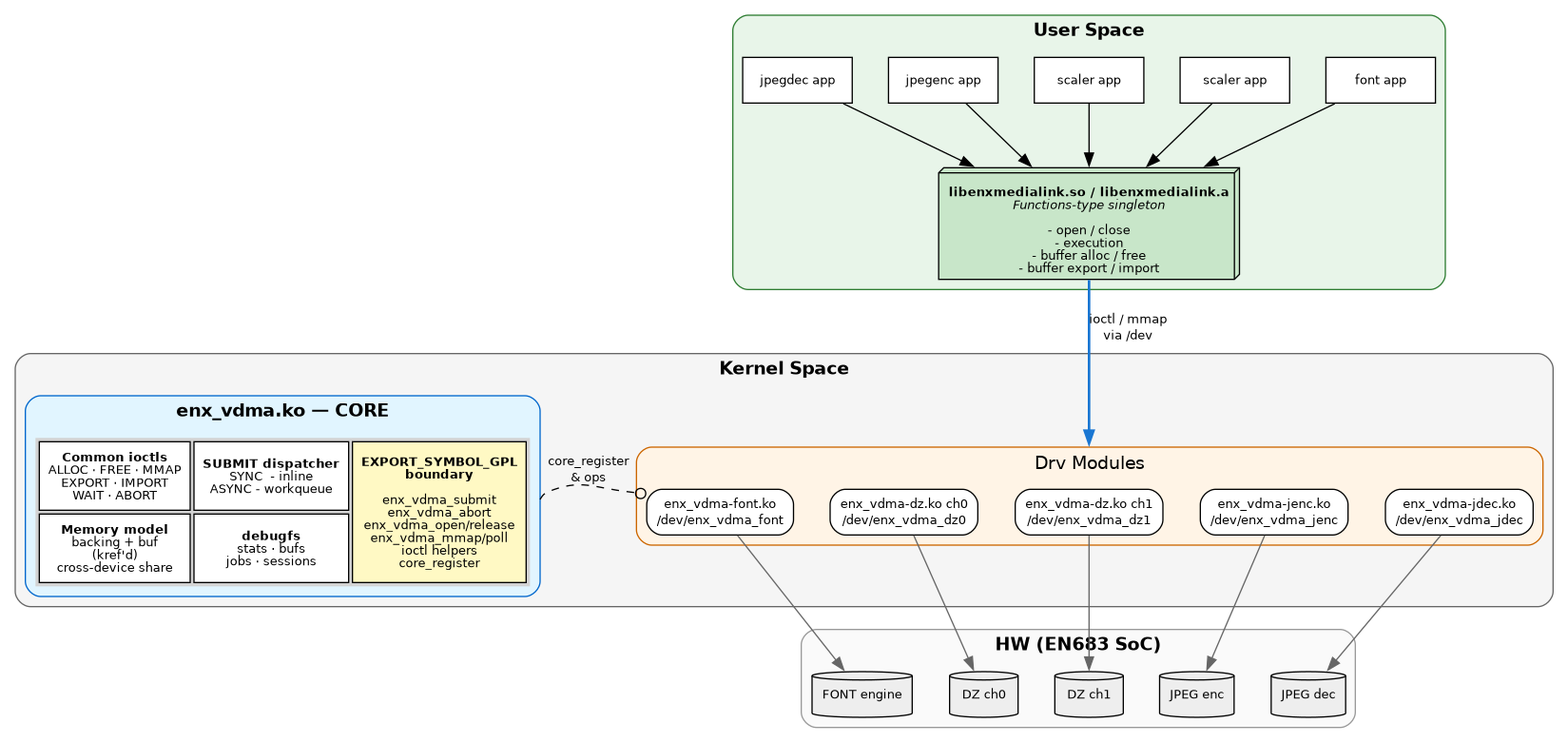
Earlier version of the Graphviz export ref_md/architecture.png (yj-lee0/vdma_develope). Its source is kept beside it as ref_md/architecture.dot.
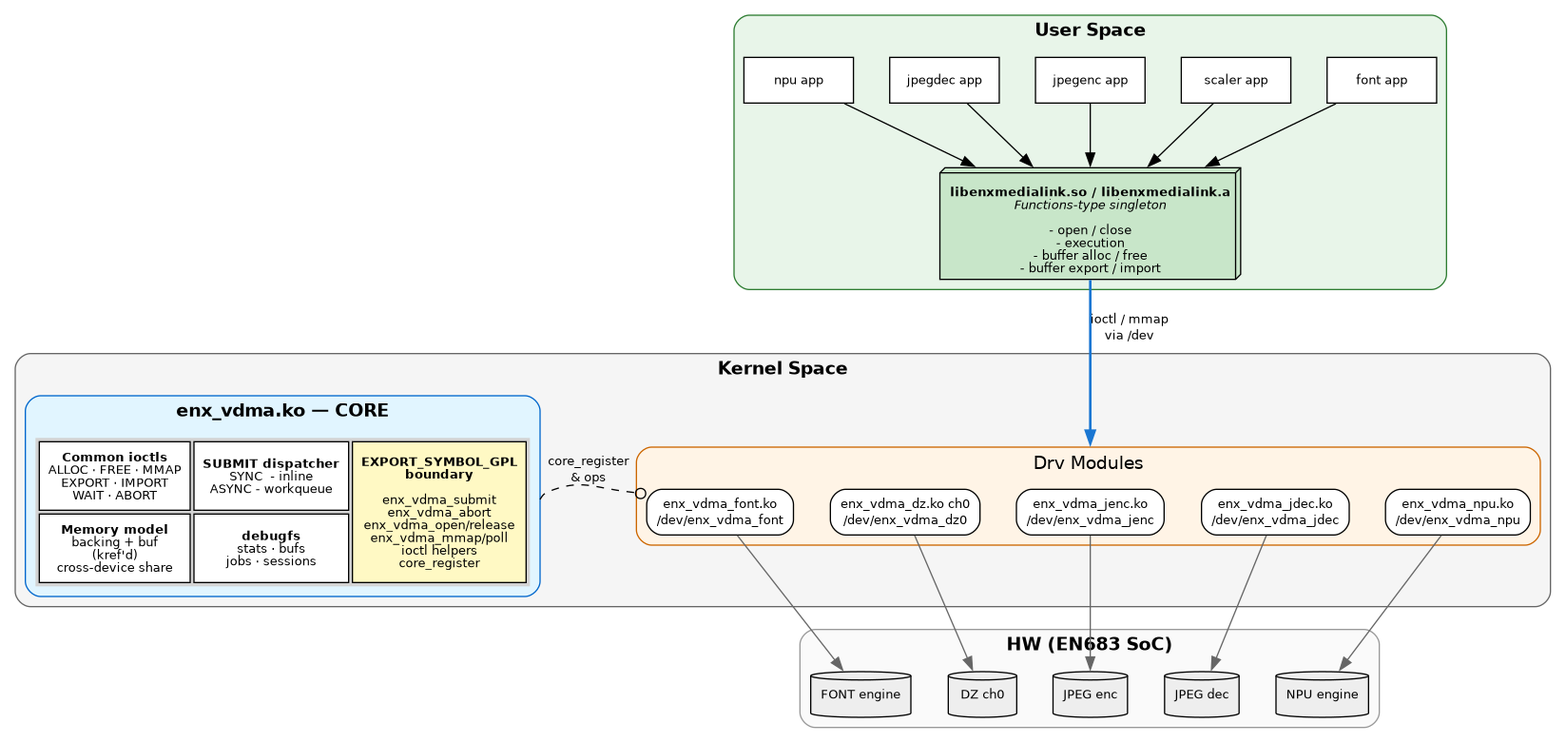
After the change.

What changed in the source:
```diff
@@ -42,10 +42,10 @@
 		color="#2e7d32";
 
 		app_font	[label="font app",		shape=box, fillcolor="#ffffff", width=1.2, fixedsize=true];
-		app_scaler0	[label="scaler app",	shape=box, fillcolor="#ffffff", width=1.2, fixedsize=true];
-		app_scaler1	[label="scaler app",	shape=box, fillcolor="#ffffff", width=1.2, fixedsize=true];
+		app_scaler	[label="scaler app",	shape=box, fillcolor="#ffffff", width=1.2, fixedsize=true];
 		app_jenc	[label="jpegenc app",	shape=box, fillcolor="#ffffff", width=1.2, fixedsize=true];
 		app_jdec	[label="jpegdec app",	shape=box, fillcolor="#ffffff", width=1.2, fixedsize=true];
+		app_npu		[label="npu app",	shape=box, fillcolor="#ffffff", width=1.2, fixedsize=true];
 
 		lib [
 			label=<<BR/><B>libenxmedialink.so / libenxmedialink.a</B><BR ALIGN="CENTER"/>
@@ -61,13 +61,13 @@
 
 
 		app_font	-> lib;
-		app_scaler0	-> lib;
-		app_scaler1	-> lib;
+		app_scaler	-> lib;
 		app_jenc	-> lib;
 		app_jdec	-> lib;
+		app_npu		-> lib;
 
 		/* Apps on the same rank above lib */
-		{ rank=same; app_font; app_scaler0; app_scaler1; app_jenc; app_jdec; }
+		{ rank=same; app_font; app_scaler; app_jenc; app_jdec; app_npu; }
 	}
 
 	/* ============================================================
@@ -91,22 +91,22 @@
 			node [shape=box, style="filled,rounded", fillcolor="#ffffff"];
 
 			dma_font [
-				label = "enx_vdma-font.ko\n/dev/enx_vdma_font"
+				label = "enx_vdma_font.ko\n/dev/enx_vdma_font"
 			];
 			dma_dz0 [
-				label = "enx_vdma-dz.ko ch0\n/dev/enx_vdma_dz0"
-			];
-			dma_dz1 [
-				label = "enx_vdma-dz.ko ch1\n/dev/enx_vdma_dz1"
+				label = "enx_vdma_dz.ko ch0\n/dev/enx_vdma_dz0"
 			];
 			dma_jenc [
-				label = "enx_vdma-jenc.ko\n/dev/enx_vdma_jenc"
+				label = "enx_vdma_jenc.ko\n/dev/enx_vdma_jenc"
 			];
 			dma_jdec [
-				label = "enx_vdma-jdec.ko\n/dev/enx_vdma_jdec"
+				label = "enx_vdma_jdec.ko\n/dev/enx_vdma_jdec"
+			];
+			dma_npu [
+				label = "enx_vdma_npu.ko\n/dev/enx_vdma_npu"
 			];
 
-			{ rank=same; dma_font; dma_dz0; dma_dz1; dma_jenc; dma_jdec; }
+			{ rank=same; dma_font; dma_dz0; dma_jenc; dma_jdec; dma_npu; }
 		}
 
 
@@ -164,7 +164,7 @@
 		}
 
 		/* device와 core를 같은 위치 (한 줄 5+1 = 6 노드) */
-		{ rank=same; dma_font; dma_dz0; dma_dz1; dma_jenc; dma_jdec; core; }
+		{ rank=same; dma_font; dma_dz0; dma_jenc; dma_jdec; dma_npu; core; }
 
 		core:ops -> dma_font [
 			style=dashed,
@@ -187,11 +187,11 @@
 
 		hw_font [label="FONT engine",	shape=cylinder, fillcolor="#eeeeee"];
 		hw_dz0  [label="DZ ch0",		shape=cylinder, fillcolor="#eeeeee"];
-		hw_dz1  [label="DZ ch1",		shape=cylinder, fillcolor="#eeeeee"];
 		hw_jenc [label="JPEG enc",		shape=cylinder, fillcolor="#eeeeee"];
 		hw_jdec [label="JPEG dec",		shape=cylinder, fillcolor="#eeeeee"];
+		hw_npu	[label="NPU engine",	shape=cylinder, fillcolor="#eeeeee"];
 
-		{ rank=same; hw_font; hw_dz0; hw_dz1; hw_jenc; hw_jdec; }
+		{ rank=same; hw_font; hw_dz0; hw_jenc; hw_jdec; hw_npu; }
 	}
 
 	/* ============================================================
@@ -200,10 +200,10 @@
 
 	/* lib → device : 가시 edge. constraint=true (기본) 로 vertical stacking
 	* 강제. lhead=cluster_device 로 device cluster 자체에 attach.
-	* dma_dz1 은 device cluster 의 declaration 상 중앙 (column 3).
+	* dma_jenc 은 device cluster 의 declaration 상 중앙 (column 3).
 	* apps 는 width=1.2 fixedsize → 균일 간격 → 중앙 app (app_jenc) 와
-	* dma_dz1 가 같은 x 위치로 정렬됨 → lib (apps median 위치) = lib 중앙. */
-	lib -> dma_dz1 [
+	* dma_jenc 가 같은 x 위치로 정렬됨 → lib (apps median 위치) = lib 중앙. */
+	lib -> dma_jenc [
 		color="#1976d2", penwidth=2.0,
 		label="ioctl / mmap\nvia /dev",
 		lhead=cluster_device,
@@ -214,8 +214,7 @@
 	/* device → HW : column-aligned, 1:1 (vertical, no crossing) */
 	dma_font -> hw_font [color="#666666"];
 	dma_dz0  -> hw_dz0  [color="#666666"];
-	dma_dz1  -> hw_dz1  [color="#666666"];
 	dma_jenc -> hw_jenc [color="#666666"];
 	dma_jdec -> hw_jdec [color="#666666"];
-
+	dma_npu  -> hw_npu  [color="#666666"];
 }
```
